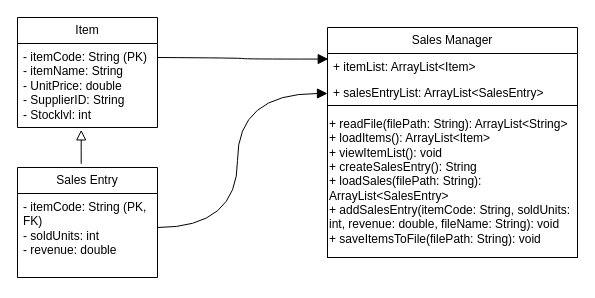
Before: Java.drawio in WWeWenBininn/WWeWenBininn, a draw.io diagram. Source tidied: cells renumbered, new cells numbered last; positions are measured from the earlier drawing's top-left corner, leaving out a move shared by most shapes. Both pictures are drawn from the tidied source at 100%, with x=0, y=0 at pixel (17, 17).
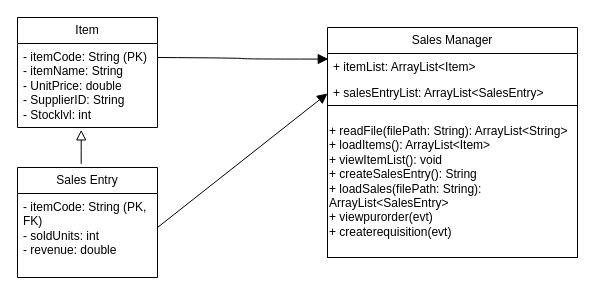
Above is the later version.

Change to the diagram source:
```diff
@@
 <mxGraphModel>
   <root>
     <mxCell id="0" />
     <mxCell id="1" parent="0" />
     <mxCell id="2" value="Item" style="swimlane;fontStyle=0;horizontal=1;startSize=26;fillColor=none;whiteSpace=wrap;html=1;" parent="1" vertex="1">
       <mxGeometry width="140" height="110" as="geometry" />
     </mxCell>
     <mxCell id="3" value="- itemCode: String (PK)&lt;div&gt;- itemName: String&lt;/div&gt;&lt;div&gt;- UnitPrice: double&lt;/div&gt;&lt;div&gt;- SupplierID: String&lt;/div&gt;&lt;div&gt;- Stocklvl: int&lt;/div&gt;" style="text;strokeColor=none;fillColor=none;align=left;verticalAlign=top;spacingLeft=4;spacingRight=4;overflow=hidden;points=[[0,0.5],[1,0.5]];portConstraint=eastwest;whiteSpace=wrap;html=1;" parent="2" vertex="1">
       <mxGeometry y="26" width="140" height="84" as="geometry" />
     </mxCell>
     <mxCell id="4" value="Sales Entry" style="swimlane;fontStyle=0;horizontal=1;startSize=26;fillColor=none;whiteSpace=wrap;html=1;" parent="1" vertex="1">
       <mxGeometry y="150" width="140" height="110" as="geometry" />
     </mxCell>
     <mxCell id="5" value="- itemCode: String (PK, FK)&lt;div&gt;- soldUnits: int&lt;/div&gt;&lt;div&gt;- revenue: double&lt;/div&gt;" style="text;strokeColor=none;fillColor=none;align=left;verticalAlign=top;spacingLeft=4;spacingRight=4;overflow=hidden;whiteSpace=wrap;html=1;" parent="4" vertex="1">
       <mxGeometry y="26" width="140" height="84" as="geometry" />
     </mxCell>
     <mxCell id="6" style="endArrow=block;html=1;rounded=0;align=center;verticalAlign=bottom;endFill=0;labelBackgroundColor=none;endSize=8;fontSize=12;curved=1;exitX=0.455;exitY=-0.033;exitDx=0;exitDy=0;exitPerimeter=0;entryX=0.455;entryY=1.028;entryDx=0;entryDy=0;entryPerimeter=0;" parent="1" edge="1" source="4" target="3">
       <mxGeometry relative="1" as="geometry" />
     </mxCell>
     <mxCell id="7" style="html=1;align=center;verticalAlign=top;labelBackgroundColor=none;" parent="6" vertex="1">
       <mxGeometry relative="1" as="geometry" />
     </mxCell>
     <mxCell id="8" style="group;" parent="1" vertex="1">
       <mxGeometry x="310" y="10" width="250" height="230" as="geometry" />
     </mxCell>
     <mxCell id="9" value="Sales Manager" style="swimlane;fontStyle=0;horizontal=1;startSize=26;fillColor=none;whiteSpace=wrap;html=1;" parent="8" vertex="1">
       <mxGeometry width="250" height="80" as="geometry" />
     </mxCell>
     <mxCell id="10" value="+&amp;nbsp;itemList: ArrayList&amp;lt;Item&amp;gt;" style="text;strokeColor=none;fillColor=none;align=left;verticalAlign=top;spacingLeft=4;spacingRight=4;overflow=hidden;points=[[0,0.5],[1,0.5]];portConstraint=eastwest;whiteSpace=wrap;html=1;" parent="9" vertex="1">
       <mxGeometry y="26" width="250" height="26" as="geometry" />
     </mxCell>
     <mxCell id="11" value="+&amp;nbsp;salesEntryList: ArrayList&amp;lt;SalesEntry&amp;gt;" style="text;strokeColor=none;fillColor=none;align=left;verticalAlign=top;spacingLeft=4;spacingRight=4;overflow=hidden;points=[[0,0.5],[1,0.5]];portConstraint=eastwest;whiteSpace=wrap;html=1;" parent="9" vertex="1">
       <mxGeometry y="52" width="250" height="28" as="geometry" />
     </mxCell>
-    <mxCell id="12" value="+ readFile(filePath: String): ArrayList&amp;lt;String&amp;gt;&lt;div&gt;+ loadItems(): ArrayList&amp;lt;Item&amp;gt;&lt;/div&gt;&lt;div&gt;+ viewItemList(): void&lt;/div&gt;&lt;div&gt;+ createSalesEntry(): String&lt;/div&gt;&lt;div&gt;+ loadSales(filePath: String): ArrayList&amp;lt;SalesEntry&amp;gt;&lt;/div&gt;&lt;div&gt;+ addSalesEntry(itemCode: String, soldUnits: int, revenue: double, fileName: String): void&lt;/div&gt;&lt;div&gt;+ saveItemsToFile(filePath: String): void&lt;/div&gt;" style="html=1;whiteSpace=wrap;align=left;" parent="8" vertex="1">
+    <mxCell id="12" value="+ readFile(filePath: String): ArrayList&amp;lt;String&amp;gt;&lt;div&gt;+ loadItems(): ArrayList&amp;lt;Item&amp;gt;&lt;/div&gt;&lt;div&gt;+ viewItemList(): void&lt;/div&gt;&lt;div&gt;+ createSalesEntry(): String&lt;/div&gt;&lt;div&gt;+ loadSales(filePath: String): ArrayList&amp;lt;SalesEntry&amp;gt;&lt;/div&gt;&lt;div&gt;+ viewpurorder(evt)&lt;/div&gt;&lt;div&gt;+ createrequisition(evt)&lt;/div&gt;" style="html=1;whiteSpace=wrap;align=left;" parent="8" vertex="1">
       <mxGeometry y="78" width="250" height="152" as="geometry" />
     </mxCell>
     <mxCell id="13" style="endArrow=block;endFill=1;html=1;edgeStyle=orthogonalEdgeStyle;align=left;verticalAlign=top;rounded=0;fontSize=12;startSize=8;endSize=8;curved=1;entryX=0.003;entryY=0.214;entryDx=0;entryDy=0;entryPerimeter=0;" parent="1" edge="1" target="10">
       <mxGeometry x="-1" relative="1" as="geometry">
         <mxPoint x="140" y="40" as="sourcePoint" />
       </mxGeometry>
     </mxCell>
-    <mxCell id="14" style="endArrow=block;endFill=1;html=1;edgeStyle=orthogonalEdgeStyle;align=left;verticalAlign=top;rounded=0;fontSize=12;startSize=8;endSize=8;curved=1;entryX=0;entryY=0.5;entryDx=0;entryDy=0;" parent="1" edge="1" target="11">
+    <mxCell id="14" style="endArrow=block;endFill=1;html=1;align=left;verticalAlign=top;rounded=0;fontSize=12;startSize=8;endSize=8;entryX=0;entryY=0.5;entryDx=0;entryDy=0;" parent="1" edge="1" target="11">
       <mxGeometry x="-1" relative="1" as="geometry">
         <mxPoint x="140" y="210" as="sourcePoint" />
-        <Array as="points">
-          <mxPoint x="220" y="210" />
-          <mxPoint x="220" y="76" />
-        </Array>
       </mxGeometry>
     </mxCell>
   </root>
 </mxGraphModel>
```
